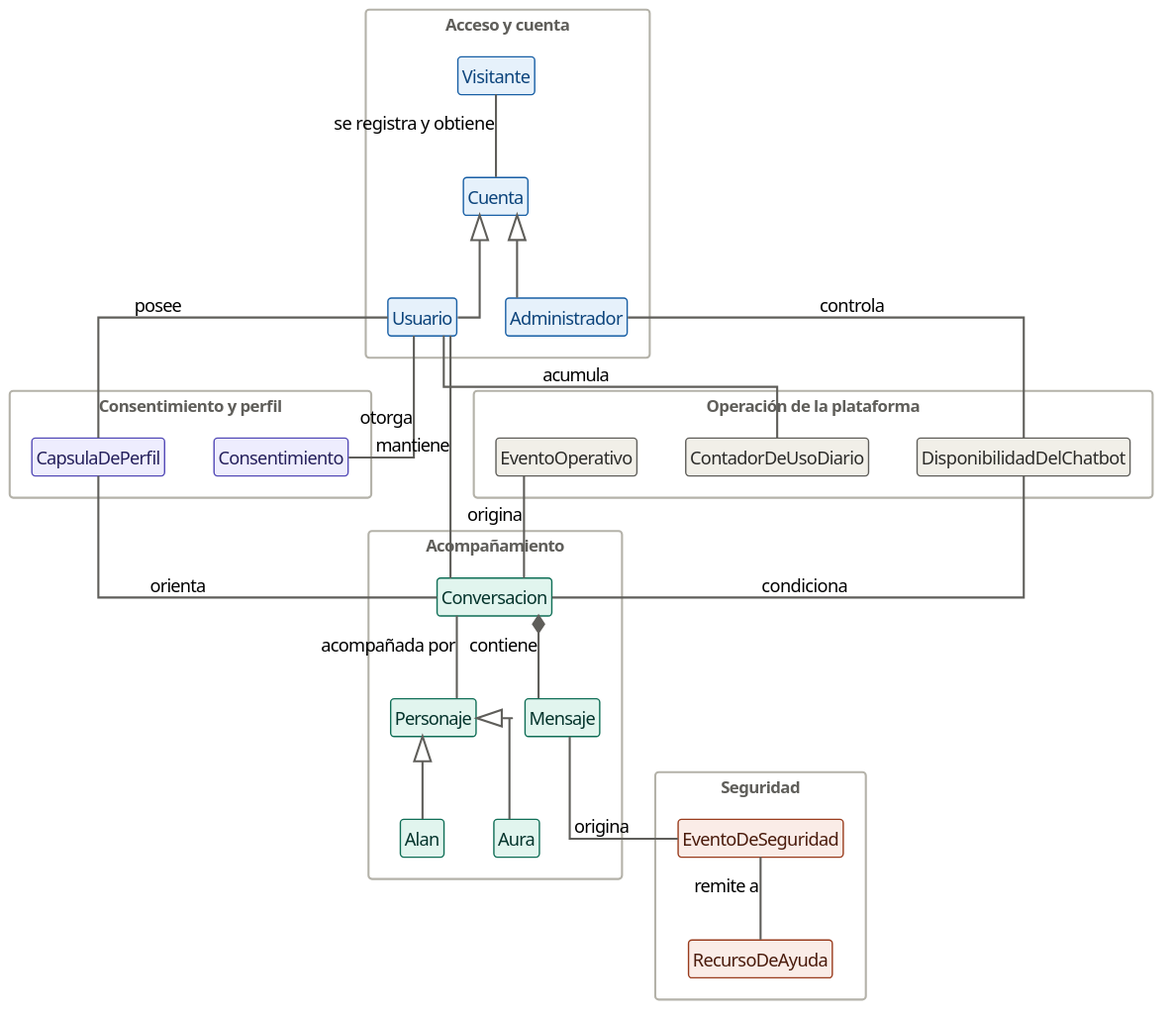
Above: docs/06_dominio/MD-01_modelo_dominio.svg in jonatan8254/alan-aura-academico (PlantUML), before the change.
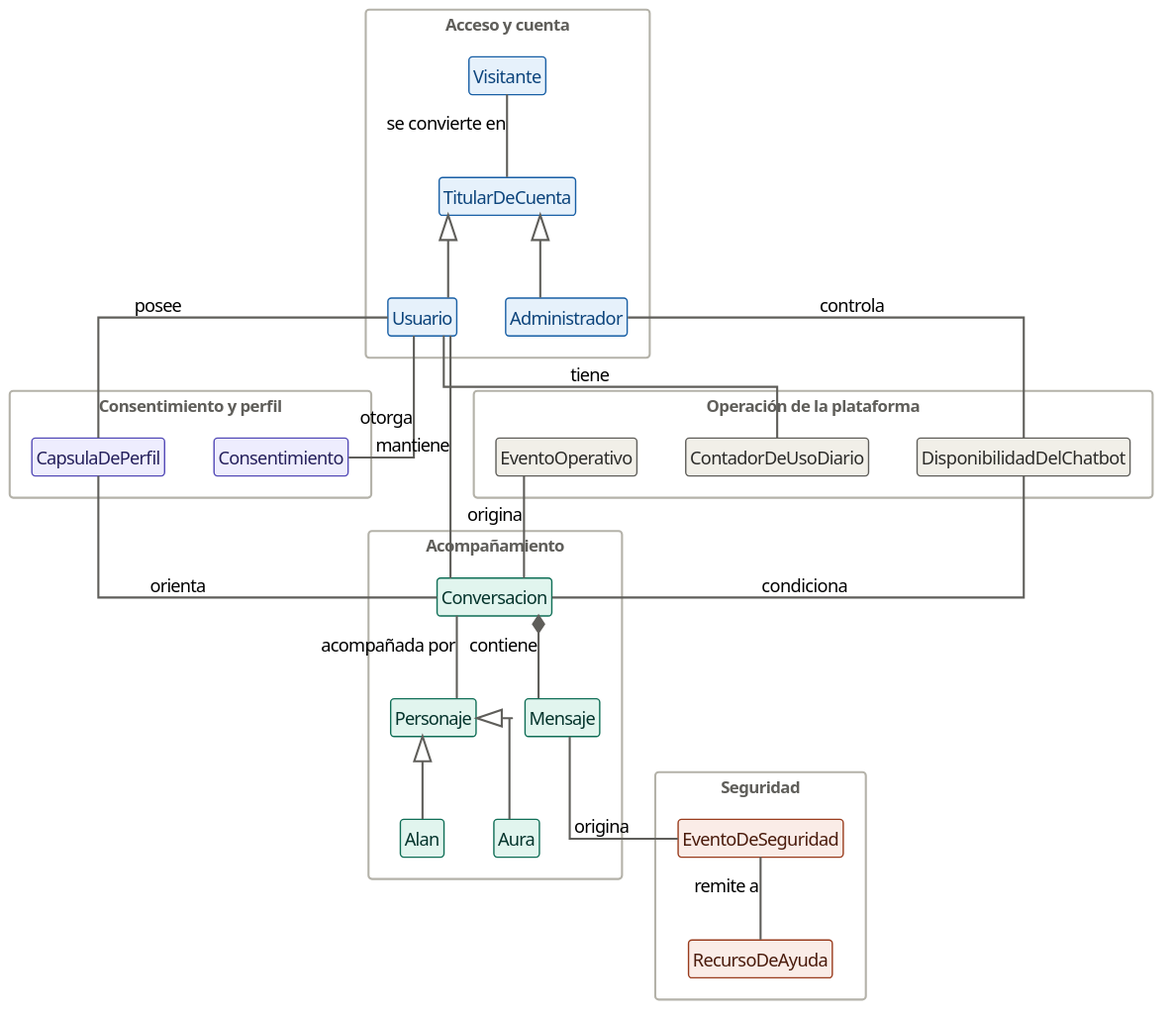
After the change.

The edit, as a diff of the source:
```diff
@@ -20,7 +20,7 @@
 
 package "Acceso y cuenta" {
   class Visitante #E6F1FB;line:185FA5;text:0C447C
-  class Cuenta #E6F1FB;line:185FA5;text:0C447C
+  class TitularDeCuenta #E6F1FB;line:185FA5;text:0C447C
   class Usuario #E6F1FB;line:185FA5;text:0C447C
   class Administrador #E6F1FB;line:185FA5;text:0C447C
 }
@@ -49,16 +49,16 @@
   class EventoOperativo #F1EFE8;line:5F5E5A;text:2C2C2A
 }
 
-Cuenta <|-- Usuario
-Cuenta <|-- Administrador
+TitularDeCuenta <|-- Usuario
+TitularDeCuenta <|-- Administrador
 Personaje <|-- Alan
 Personaje <|-- Aura
 
-Visitante -- Cuenta : se registra y obtiene
+Visitante -- TitularDeCuenta : se convierte en
 Usuario -- Consentimiento : otorga
 Usuario -- CapsulaDePerfil : posee
 Usuario -- Conversacion : mantiene
-Usuario -- ContadorDeUsoDiario : acumula
+Usuario -- ContadorDeUsoDiario : tiene
 CapsulaDePerfil -- Conversacion : orienta
 Conversacion -- Personaje : acompañada por
 Conversacion *-- Mensaje : contiene
```
